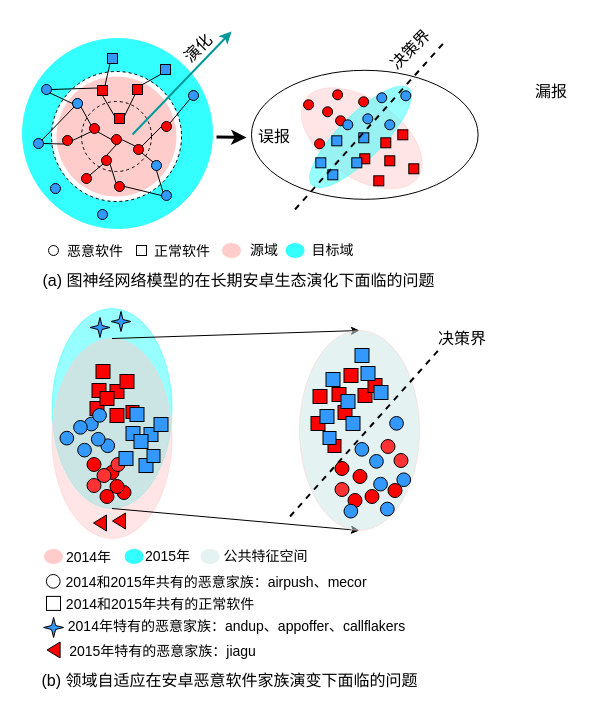
Above: importance_weight_schema.drawio in sunray42/diagrams (draw.io), before the change. Source tidied: cells renumbered, new cells numbered last; positions are measured from the earlier drawing's top-left corner, leaving out a move shared by most shapes. Both pictures are drawn from the tidied source at 100%, with x=0, y=0 at pixel (11, 31).
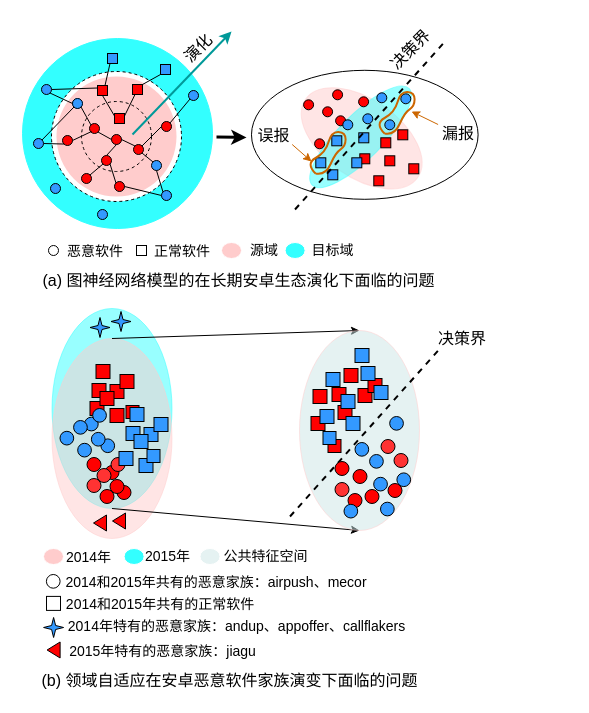
After the change.

The edit, as a diff of the source:
```diff
@@
+    <mxCell id="181" style="edgeStyle=none;rounded=0;jettySize=auto;html=1;exitX=1;exitY=1;exitDx=0;exitDy=0;strokeColor=#CC6600;strokeWidth=1;endArrow=classic;endFill=1;" parent="1" edge="1" source="156">
+      <mxGeometry relative="1" as="geometry">
+        <mxPoint x="300" y="130" as="targetPoint" />
+      </mxGeometry>
+    </mxCell>
     <mxCell id="156" value="误报" style="text;html=1;strokeColor=none;fillColor=none;align=center;verticalAlign=middle;whiteSpace=wrap;rounded=0;fontSize=16;rotation=0;" parent="1" vertex="1">
-      <mxGeometry x="243" y="90.3" width="40" height="30" as="geometry" />
+      <mxGeometry x="243.7" y="94.3" width="37" height="18.7" as="geometry" />
     </mxCell>
+    <mxCell id="182" style="edgeStyle=none;rounded=0;jettySize=auto;html=1;exitX=0;exitY=0;exitDx=0;exitDy=0;strokeColor=#CC6600;strokeWidth=1;endArrow=classic;endFill=1;" parent="1" edge="1" source="157">
+      <mxGeometry relative="1" as="geometry">
+        <mxPoint x="400" y="80" as="targetPoint" />
+      </mxGeometry>
+    </mxCell>
     <mxCell id="157" value="漏报" style="text;html=1;strokeColor=none;fillColor=none;align=center;verticalAlign=middle;whiteSpace=wrap;rounded=0;fontSize=16;rotation=0;" parent="1" vertex="1">
-      <mxGeometry x="520" y="45" width="40" height="30" as="geometry" />
+      <mxGeometry x="426.6" y="93" width="40" height="18" as="geometry" />
     </mxCell>
@@
     <mxCell id="173" style="ellipse;whiteSpace=wrap;html=1;strokeColor=#000000;fillColor=#3399FF;" parent="1" vertex="1">
-      <mxGeometry x="389.3" y="59.3" width="10" height="10" as="geometry" />
+      <mxGeometry x="389.3" y="62.3" width="10" height="10" as="geometry" />
     </mxCell>
@@
+    <mxCell id="183" style="curved=1;endArrow=none;html=1;rounded=0;endFill=0;strokeWidth=2;strokeColor=#CC6600;" parent="1" edge="1">
+      <mxGeometry relative="1" as="geometry">
+        <mxPoint x="373.1" y="102" as="sourcePoint" />
+        <mxPoint x="373.1" y="102" as="targetPoint" />
+        <Array as="points">
+          <mxPoint x="383.1" y="104" />
+          <mxPoint x="393.1" y="81" />
+          <mxPoint x="403.1" y="74.7" />
+          <mxPoint x="403.1" y="61" />
+          <mxPoint x="389" y="60" />
+          <mxPoint x="383.1" y="81" />
+          <mxPoint x="363.1" y="92" />
+        </Array>
+      </mxGeometry>
+    </mxCell>
+    <mxCell id="184" style="curved=1;endArrow=none;html=1;rounded=0;endFill=0;strokeWidth=2;strokeColor=#CC6600;" parent="1" edge="1">
+      <mxGeometry relative="1" as="geometry">
+        <mxPoint x="304.1" y="142" as="sourcePoint" />
+        <mxPoint x="304.1" y="142" as="targetPoint" />
+        <Array as="points">
+          <mxPoint x="314.1" y="144" />
+          <mxPoint x="324.1" y="121" />
+          <mxPoint x="334.1" y="114.7" />
+          <mxPoint x="334.1" y="101" />
+          <mxPoint x="320" y="100" />
+          <mxPoint x="314.1" y="121" />
+          <mxPoint x="294.1" y="132" />
+        </Array>
+      </mxGeometry>
+    </mxCell>
```
